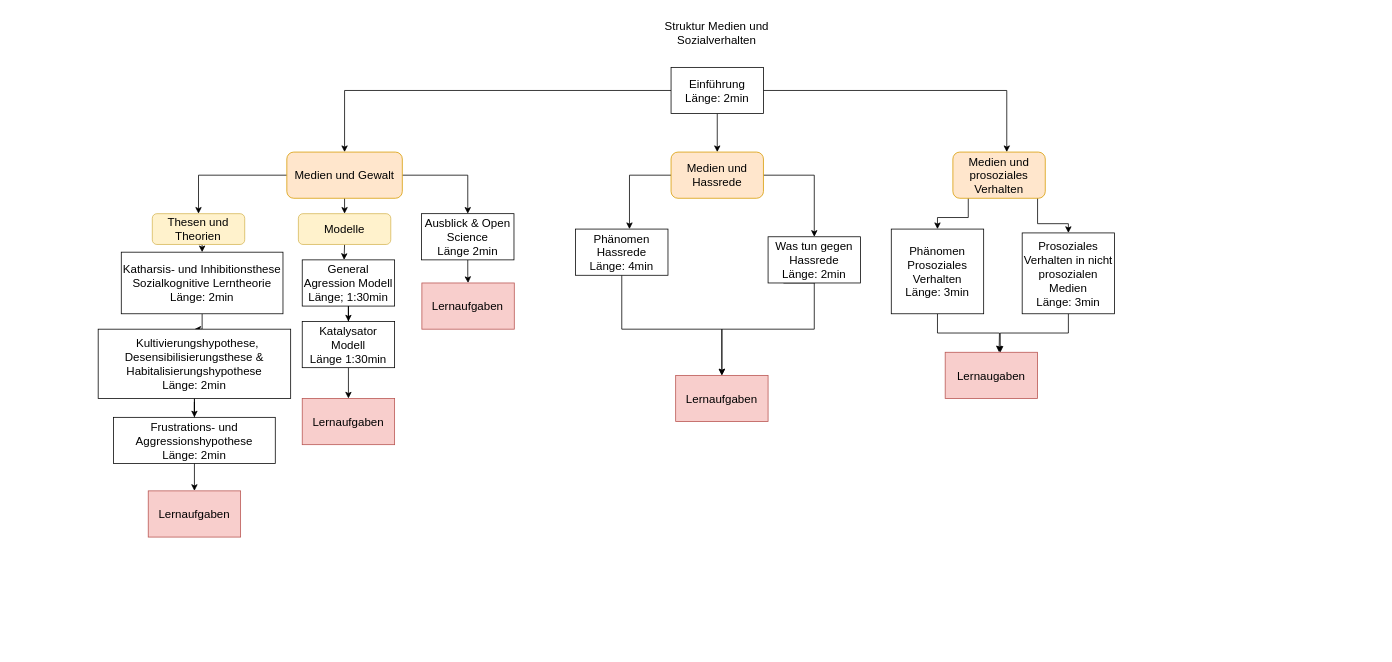
Earlier version of the draw.io diagram Unbenanntes Diagramm.drawio (huehneja/EIA1_WiSe2021). Source tidied: cells renumbered, new cells numbered last; positions are measured from the earlier drawing's top-left corner, leaving out a move shared by most shapes. Both pictures are drawn from the tidied source at 77%, with x=0, y=0 at pixel (98, 13).
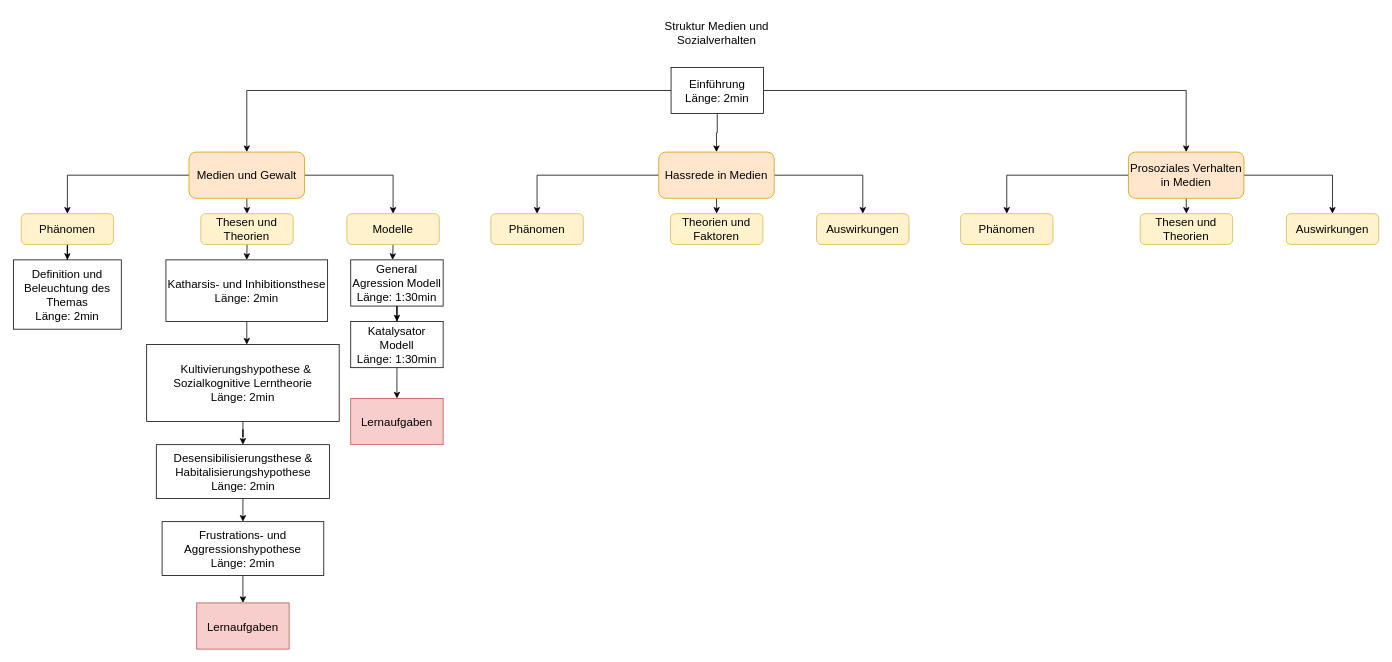
The same page after the edit.

Unchanged cells that the change refers to:
```xml
<mxCell id="6" value="Einführung&lt;br&gt;Länge: 2min" style="rounded=0;whiteSpace=wrap;html=1;fontSize=15;" parent="1" vertex="1">
  <mxGeometry x="744" y="70" width="120" height="60" as="geometry" />
</mxCell>
```

The edit, as a diff of the source:
```diff
@@
-    <mxCell id="3" style="edgeStyle=orthogonalEdgeStyle;rounded=0;jettySize=auto;html=1;exitX=0.5;exitY=1;exitDx=0;exitDy=0;fontSize=15;" parent="1" edge="1" source="6" target="9">
+    <mxCell id="3" style="edgeStyle=orthogonalEdgeStyle;rounded=0;jettySize=auto;html=1;exitX=0.5;exitY=1;exitDx=0;exitDy=0;fontSize=15;entryX=0.5;entryY=0;entryDx=0;entryDy=0;" parent="1" edge="1" source="6" target="58">
       <mxGeometry relative="1" as="geometry" />
     </mxCell>
@@
-    <mxCell id="5" style="edgeStyle=orthogonalEdgeStyle;rounded=0;jettySize=auto;html=1;fontSize=15;" parent="1" edge="1" source="6" target="12">
-      <mxGeometry relative="1" as="geometry">
-        <Array as="points">
-          <mxPoint x="1180" y="100" />
-        </Array>
-      </mxGeometry>
-    </mxCell>
+    <mxCell id="46" style="edgeStyle=orthogonalEdgeStyle;rounded=0;jettySize=auto;html=1;exitX=1;exitY=0.5;exitDx=0;exitDy=0;entryX=0.5;entryY=0;entryDx=0;entryDy=0;" parent="1" edge="1" source="6" target="65">
+      <mxGeometry relative="1" as="geometry" />
+    </mxCell>
@@
-    <mxCell id="7" style="edgeStyle=orthogonalEdgeStyle;rounded=0;jettySize=auto;html=1;fontSize=15;" parent="1" edge="1" source="9" target="34">
-      <mxGeometry relative="1" as="geometry">
-        <Array as="points">
-          <mxPoint x="690" y="210" />
-        </Array>
-      </mxGeometry>
-    </mxCell>
-    <mxCell id="8" style="edgeStyle=orthogonalEdgeStyle;rounded=0;jettySize=auto;html=1;exitX=1;exitY=0.5;exitDx=0;exitDy=0;entryX=0.5;entryY=0;entryDx=0;entryDy=0;fontSize=15;" parent="1" edge="1" source="9" target="44">
-      <mxGeometry relative="1" as="geometry" />
-    </mxCell>
-    <mxCell id="9" value="Medien und Hassrede" style="rounded=1;whiteSpace=wrap;html=1;fontSize=15;fillColor=#ffe6cc;strokeColor=#d79b00;" parent="1" vertex="1">
-      <mxGeometry x="744" y="180" width="120" height="60" as="geometry" />
-    </mxCell>
-    <mxCell id="10" style="edgeStyle=orthogonalEdgeStyle;rounded=0;jettySize=auto;html=1;fontSize=15;" parent="1" edge="1" source="12" target="41">
-      <mxGeometry relative="1" as="geometry">
-        <Array as="points">
-          <mxPoint x="1130" y="265" />
-          <mxPoint x="1090" y="265" />
-        </Array>
-      </mxGeometry>
-    </mxCell>
-    <mxCell id="11" style="edgeStyle=orthogonalEdgeStyle;rounded=0;jettySize=auto;html=1;fontSize=15;" parent="1" edge="1" source="12" target="43">
-      <mxGeometry relative="1" as="geometry">
-        <Array as="points">
-          <mxPoint x="1220" y="273" />
-          <mxPoint x="1260" y="273" />
-        </Array>
-      </mxGeometry>
-    </mxCell>
-    <mxCell id="12" value="Medien und prosoziales Verhalten" style="rounded=1;whiteSpace=wrap;html=1;fontSize=15;fillColor=#ffe6cc;strokeColor=#d79b00;" parent="1" vertex="1">
-      <mxGeometry x="1110" y="180" width="120" height="60" as="geometry" />
-    </mxCell>
-    <mxCell id="13" style="edgeStyle=orthogonalEdgeStyle;rounded=0;jettySize=auto;html=1;exitX=1;exitY=0.5;exitDx=0;exitDy=0;entryX=0.5;entryY=0;entryDx=0;entryDy=0;fontSize=15;" parent="1" edge="1" source="16" target="28">
-      <mxGeometry relative="1" as="geometry" />
-    </mxCell>
+    <mxCell id="47" style="edgeStyle=orthogonalEdgeStyle;rounded=0;jettySize=auto;html=1;exitX=0;exitY=0.5;exitDx=0;exitDy=0;entryX=0.5;entryY=0;entryDx=0;entryDy=0;" parent="1" edge="1" source="16" target="51">
+      <mxGeometry relative="1" as="geometry" />
+    </mxCell>
-    <mxCell id="14" style="edgeStyle=orthogonalEdgeStyle;rounded=0;jettySize=auto;html=1;exitX=0;exitY=0.5;exitDx=0;exitDy=0;entryX=0.5;entryY=0;entryDx=0;entryDy=0;fontSize=15;" parent="1" edge="1" source="16" target="30">
+    <mxCell id="14" style="edgeStyle=orthogonalEdgeStyle;rounded=0;jettySize=auto;html=1;exitX=0.5;exitY=1;exitDx=0;exitDy=0;entryX=0.5;entryY=0;entryDx=0;entryDy=0;" parent="1" edge="1" source="16" target="30">
       <mxGeometry relative="1" as="geometry" />
     </mxCell>
-    <mxCell id="15" style="edgeStyle=orthogonalEdgeStyle;rounded=0;jettySize=auto;html=1;exitX=0.5;exitY=1;exitDx=0;exitDy=0;entryX=0.5;entryY=0;entryDx=0;entryDy=0;fontSize=15;" parent="1" edge="1" source="16" target="32">
+    <mxCell id="15" style="edgeStyle=orthogonalEdgeStyle;rounded=0;jettySize=auto;html=1;exitX=1;exitY=0.5;exitDx=0;exitDy=0;entryX=0.5;entryY=0;entryDx=0;entryDy=0;" parent="1" edge="1" source="16" target="32">
       <mxGeometry relative="1" as="geometry" />
     </mxCell>
     <mxCell id="16" value="Medien und Gewalt" style="rounded=1;whiteSpace=wrap;html=1;fontSize=15;fillColor=#ffe6cc;strokeColor=#d79b00;" parent="1" vertex="1">
-      <mxGeometry x="245" y="180" width="150" height="60" as="geometry" />
+      <mxGeometry x="118" y="180" width="150" height="60" as="geometry" />
     </mxCell>
     <mxCell id="17" style="edgeStyle=orthogonalEdgeStyle;rounded=0;jettySize=auto;html=1;fontSize=15;" parent="1" edge="1" source="18" target="21">
-      <mxGeometry relative="1" as="geometry" />
+      <mxGeometry relative="1" as="geometry">
+        <Array as="points">
+          <mxPoint x="188" y="400" />
+          <mxPoint x="188" y="400" />
+        </Array>
+      </mxGeometry>
     </mxCell>
-    <mxCell id="18" value="Katharsis- und Inhibitionsthese&lt;br&gt;Sozialkognitive Lerntheorie&lt;br&gt;Länge: 2min" style="rounded=0;whiteSpace=wrap;html=1;fontSize=15;" parent="1" vertex="1">
-      <mxGeometry x="30" y="310" width="210" height="80" as="geometry" />
+    <mxCell id="18" value="Katharsis- und Inhibitionsthese&lt;br&gt;Länge: 2min" style="rounded=0;whiteSpace=wrap;html=1;fontSize=15;" parent="1" vertex="1">
+      <mxGeometry x="88" y="320" width="210" height="80" as="geometry" />
     </mxCell>
-    <mxCell id="19" style="edgeStyle=orthogonalEdgeStyle;rounded=0;jettySize=auto;html=1;fontSize=15;" parent="1" edge="1" source="21" target="22">
-      <mxGeometry relative="1" as="geometry" />
-    </mxCell>
-    <mxCell id="20" style="edgeStyle=orthogonalEdgeStyle;rounded=0;jettySize=auto;html=1;fontSize=15;" parent="1" edge="1" source="21" target="36">
-      <mxGeometry relative="1" as="geometry" />
-    </mxCell>
+    <mxCell id="48" style="edgeStyle=orthogonalEdgeStyle;rounded=0;jettySize=auto;html=1;exitX=0.5;exitY=1;exitDx=0;exitDy=0;" parent="1" edge="1" source="21" target="54">
+      <mxGeometry relative="1" as="geometry" />
+    </mxCell>
-    <mxCell id="21" value="&amp;nbsp; Kultivierungshypothese, Desensibilisierungsthese &amp;amp; Habitalisierungshypothese&lt;br&gt;Länge: 2min" style="rounded=0;whiteSpace=wrap;html=1;fontSize=15;" parent="1" vertex="1">
-      <mxGeometry y="410" width="250" height="90" as="geometry" />
+    <mxCell id="21" value="&amp;nbsp; Kultivierungshypothese &amp;amp; Sozialkognitive Lerntheorie&lt;br&gt;Länge: 2min" style="rounded=0;whiteSpace=wrap;html=1;fontSize=15;" parent="1" vertex="1">
+      <mxGeometry x="63" y="430" width="250" height="100" as="geometry" />
     </mxCell>
+    <mxCell id="49" style="edgeStyle=orthogonalEdgeStyle;rounded=0;jettySize=auto;html=1;exitX=0.5;exitY=1;exitDx=0;exitDy=0;entryX=0.5;entryY=0;entryDx=0;entryDy=0;" parent="1" edge="1" source="22" target="36">
+      <mxGeometry relative="1" as="geometry" />
+    </mxCell>
     <mxCell id="22" value="Frustrations- und Aggressionshypothese&lt;br&gt;Länge: 2min" style="rounded=0;whiteSpace=wrap;html=1;fontSize=15;" parent="1" vertex="1">
-      <mxGeometry x="20" y="524.5" width="210" height="60" as="geometry" />
+      <mxGeometry x="83" y="660" width="210" height="70" as="geometry" />
     </mxCell>
@@
-    <mxCell id="24" value="General Agression Modell&lt;br&gt;Länge; 1:30min" style="rounded=0;whiteSpace=wrap;html=1;fontSize=15;" parent="1" vertex="1">
-      <mxGeometry x="265" y="320" width="120" height="60" as="geometry" />
+    <mxCell id="24" value="General Agression Modell&lt;br&gt;Länge: 1:30min" style="rounded=0;whiteSpace=wrap;html=1;fontSize=15;" parent="1" vertex="1">
+      <mxGeometry x="328" y="320" width="120" height="60" as="geometry" />
     </mxCell>
@@
-    <mxCell id="26" value="Katalysator Modell&lt;br&gt;Länge 1:30min" style="rounded=0;whiteSpace=wrap;html=1;fontSize=15;" parent="1" vertex="1">
-      <mxGeometry x="265" y="400" width="120" height="60" as="geometry" />
+    <mxCell id="26" value="Katalysator Modell&lt;br&gt;Länge: 1:30min" style="rounded=0;whiteSpace=wrap;html=1;fontSize=15;" parent="1" vertex="1">
+      <mxGeometry x="328" y="400" width="120" height="60" as="geometry" />
     </mxCell>
-    <mxCell id="27" style="edgeStyle=orthogonalEdgeStyle;rounded=0;jettySize=auto;html=1;exitX=0.5;exitY=1;exitDx=0;exitDy=0;fontSize=15;" parent="1" edge="1" source="28" target="38">
-      <mxGeometry relative="1" as="geometry" />
-    </mxCell>
-    <mxCell id="28" value="Ausblick &amp;amp; Open Science&lt;br&gt;Länge 2min" style="rounded=0;whiteSpace=wrap;html=1;fontSize=15;" parent="1" vertex="1">
-      <mxGeometry x="420" y="260" width="120" height="60" as="geometry" />
-    </mxCell>
@@
     <mxCell id="30" value="Thesen und Theorien" style="rounded=1;whiteSpace=wrap;html=1;fontSize=15;fillColor=#fff2cc;strokeColor=#d6b656;" parent="1" vertex="1">
-      <mxGeometry x="70.3" y="260" width="120" height="40" as="geometry" />
+      <mxGeometry x="133.3" y="260" width="120" height="40" as="geometry" />
     </mxCell>
@@
     <mxCell id="32" value="Modelle" style="rounded=1;whiteSpace=wrap;html=1;fontSize=15;fillColor=#fff2cc;strokeColor=#d6b656;" parent="1" vertex="1">
-      <mxGeometry x="260" y="260" width="120" height="40" as="geometry" />
+      <mxGeometry x="323" y="260" width="120" height="40" as="geometry" />
     </mxCell>
-    <mxCell id="33" style="edgeStyle=orthogonalEdgeStyle;rounded=0;jettySize=auto;html=1;exitX=0.5;exitY=1;exitDx=0;exitDy=0;fontSize=15;" parent="1" edge="1" source="34">
-      <mxGeometry relative="1" as="geometry">
-        <mxPoint x="810" y="470" as="targetPoint" />
-        <Array as="points">
-          <mxPoint x="680" y="410" />
-          <mxPoint x="810" y="410" />
-        </Array>
-      </mxGeometry>
-    </mxCell>
-    <mxCell id="34" value="Phänomen Hassrede&lt;br&gt;Länge: 4min" style="rounded=0;whiteSpace=wrap;html=1;fontSize=15;" parent="1" vertex="1">
-      <mxGeometry x="620" y="280" width="120" height="60" as="geometry" />
-    </mxCell>
-    <mxCell id="35" style="edgeStyle=orthogonalEdgeStyle;rounded=0;jettySize=auto;html=1;exitX=0.5;exitY=1;exitDx=0;exitDy=0;fontSize=15;entryX=0.5;entryY=0;entryDx=0;entryDy=0;" parent="1" edge="1" target="39">
-      <mxGeometry relative="1" as="geometry">
-        <mxPoint x="890" y="350" as="sourcePoint" />
-        <Array as="points">
-          <mxPoint x="930" y="350" />
-          <mxPoint x="930" y="410" />
-          <mxPoint x="810" y="410" />
-        </Array>
-      </mxGeometry>
-    </mxCell>
     <mxCell id="36" value="Lernaufgaben" style="rounded=0;whiteSpace=wrap;html=1;fontSize=15;fillColor=#f8cecc;strokeColor=#b85450;" parent="1" vertex="1">
-      <mxGeometry x="65" y="620" width="120" height="60" as="geometry" />
+      <mxGeometry x="128" y="765.5" width="120" height="60" as="geometry" />
     </mxCell>
     <mxCell id="37" value="Lernaufgaben" style="rounded=0;whiteSpace=wrap;html=1;fontSize=15;fillColor=#f8cecc;strokeColor=#b85450;" parent="1" vertex="1">
-      <mxGeometry x="265" y="500" width="120" height="60" as="geometry" />
+      <mxGeometry x="328" y="500" width="120" height="60" as="geometry" />
     </mxCell>
-    <mxCell id="38" value="Lernaufgaben" style="rounded=0;whiteSpace=wrap;html=1;fontSize=15;fillColor=#f8cecc;strokeColor=#b85450;" parent="1" vertex="1">
-      <mxGeometry x="420.4" y="350" width="120" height="60" as="geometry" />
-    </mxCell>
-    <mxCell id="39" value="Lernaufgaben" style="rounded=0;whiteSpace=wrap;html=1;fontSize=15;fillColor=#f8cecc;strokeColor=#b85450;" parent="1" vertex="1">
-      <mxGeometry x="750" y="470" width="120" height="60" as="geometry" />
-    </mxCell>
-    <mxCell id="40" style="edgeStyle=orthogonalEdgeStyle;rounded=0;jettySize=auto;html=1;exitX=0.5;exitY=1;exitDx=0;exitDy=0;fontSize=15;" parent="1" edge="1" source="41">
-      <mxGeometry relative="1" as="geometry">
-        <mxPoint x="1170" y="440" as="targetPoint" />
-      </mxGeometry>
-    </mxCell>
-    <mxCell id="41" value="Phänomen Prosoziales Verhalten&lt;br&gt;Länge: 3min" style="rounded=0;whiteSpace=wrap;html=1;fontSize=15;" parent="1" vertex="1">
-      <mxGeometry x="1030" y="280" width="120" height="110" as="geometry" />
-    </mxCell>
-    <mxCell id="42" style="edgeStyle=orthogonalEdgeStyle;rounded=0;jettySize=auto;html=1;entryX=0.596;entryY=0.007;entryDx=0;entryDy=0;entryPerimeter=0;fontSize=15;" parent="1" edge="1" source="43" target="45">
-      <mxGeometry relative="1" as="geometry" />
-    </mxCell>
-    <mxCell id="43" value="Prosoziales Verhalten in nicht prosozialen Medien&lt;br&gt;Länge: 3min" style="rounded=0;whiteSpace=wrap;html=1;fontSize=15;" parent="1" vertex="1">
-      <mxGeometry x="1200" y="285" width="120" height="105" as="geometry" />
-    </mxCell>
-    <mxCell id="44" value="Was tun gegen Hassrede&lt;br&gt;Länge: 2min" style="rounded=0;whiteSpace=wrap;html=1;fontSize=15;" parent="1" vertex="1">
-      <mxGeometry x="870" y="290" width="120" height="60" as="geometry" />
-    </mxCell>
-    <mxCell id="45" value="Lernaugaben" style="rounded=0;whiteSpace=wrap;html=1;fontSize=15;fillColor=#f8cecc;strokeColor=#b85450;" parent="1" vertex="1">
-      <mxGeometry x="1100" y="440" width="120" height="60" as="geometry" />
-    </mxCell>
+    <mxCell id="50" style="edgeStyle=orthogonalEdgeStyle;rounded=0;jettySize=auto;html=1;" parent="1" edge="1" source="51" target="52">
+      <mxGeometry relative="1" as="geometry" />
+    </mxCell>
+    <mxCell id="51" value="Phänomen" style="rounded=1;whiteSpace=wrap;html=1;fontSize=15;fillColor=#fff2cc;strokeColor=#d6b656;" parent="1" vertex="1">
+      <mxGeometry x="-100" y="260" width="120" height="40" as="geometry" />
+    </mxCell>
+    <mxCell id="52" value="&lt;span style=&quot;font-size: 15px;&quot;&gt;Definition und Beleuchtung des Themas&lt;br&gt;Länge: 2min&lt;br&gt;&lt;/span&gt;" style="rounded=0;whiteSpace=wrap;html=1;" parent="1" vertex="1">
+      <mxGeometry x="-110" y="320" width="140" height="90" as="geometry" />
+    </mxCell>
+    <mxCell id="53" style="edgeStyle=orthogonalEdgeStyle;rounded=0;jettySize=auto;html=1;exitX=0.5;exitY=1;exitDx=0;exitDy=0;entryX=0.5;entryY=0;entryDx=0;entryDy=0;" parent="1" edge="1" source="54" target="22">
+      <mxGeometry relative="1" as="geometry" />
+    </mxCell>
+    <mxCell id="54" value="&lt;font style=&quot;font-size: 15px;&quot;&gt;Desensibilisierungsthese &amp;amp; Habitalisierungshypothese&lt;br&gt;Länge: 2min&lt;br&gt;&lt;/font&gt;" style="rounded=0;whiteSpace=wrap;html=1;" parent="1" vertex="1">
+      <mxGeometry x="75.5" y="560" width="225" height="70" as="geometry" />
+    </mxCell>
+    <mxCell id="55" style="edgeStyle=orthogonalEdgeStyle;rounded=0;jettySize=auto;html=1;exitX=0;exitY=0.5;exitDx=0;exitDy=0;entryX=0.5;entryY=0;entryDx=0;entryDy=0;" parent="1" edge="1" source="58" target="61">
+      <mxGeometry relative="1" as="geometry" />
+    </mxCell>
+    <mxCell id="56" style="edgeStyle=orthogonalEdgeStyle;rounded=0;jettySize=auto;html=1;exitX=0.5;exitY=1;exitDx=0;exitDy=0;entryX=0.5;entryY=0;entryDx=0;entryDy=0;" parent="1" edge="1" source="58" target="59">
+      <mxGeometry relative="1" as="geometry" />
+    </mxCell>
+    <mxCell id="57" style="edgeStyle=orthogonalEdgeStyle;rounded=0;jettySize=auto;html=1;exitX=1;exitY=0.5;exitDx=0;exitDy=0;entryX=0.5;entryY=0;entryDx=0;entryDy=0;" parent="1" edge="1" source="58" target="60">
+      <mxGeometry relative="1" as="geometry" />
+    </mxCell>
+    <mxCell id="58" value="Hassrede in Medien" style="rounded=1;whiteSpace=wrap;html=1;fontSize=15;fillColor=#ffe6cc;strokeColor=#d79b00;" parent="1" vertex="1">
+      <mxGeometry x="728" y="180" width="150" height="60" as="geometry" />
+    </mxCell>
+    <mxCell id="59" value="Theorien und Faktoren" style="rounded=1;whiteSpace=wrap;html=1;fontSize=15;fillColor=#fff2cc;strokeColor=#d6b656;" parent="1" vertex="1">
+      <mxGeometry x="743.3" y="260" width="120" height="40" as="geometry" />
+    </mxCell>
+    <mxCell id="60" value="Auswirkungen" style="rounded=1;whiteSpace=wrap;html=1;fontSize=15;fillColor=#fff2cc;strokeColor=#d6b656;" parent="1" vertex="1">
+      <mxGeometry x="933" y="260" width="120" height="40" as="geometry" />
+    </mxCell>
+    <mxCell id="61" value="Phänomen" style="rounded=1;whiteSpace=wrap;html=1;fontSize=15;fillColor=#fff2cc;strokeColor=#d6b656;" parent="1" vertex="1">
+      <mxGeometry x="510" y="260" width="120" height="40" as="geometry" />
+    </mxCell>
+    <mxCell id="62" style="edgeStyle=orthogonalEdgeStyle;rounded=0;jettySize=auto;html=1;exitX=0;exitY=0.5;exitDx=0;exitDy=0;entryX=0.5;entryY=0;entryDx=0;entryDy=0;" parent="1" edge="1" source="65" target="68">
+      <mxGeometry relative="1" as="geometry" />
+    </mxCell>
+    <mxCell id="63" style="edgeStyle=orthogonalEdgeStyle;rounded=0;jettySize=auto;html=1;exitX=0.5;exitY=1;exitDx=0;exitDy=0;entryX=0.5;entryY=0;entryDx=0;entryDy=0;" parent="1" edge="1" source="65" target="66">
+      <mxGeometry relative="1" as="geometry" />
+    </mxCell>
+    <mxCell id="64" style="edgeStyle=orthogonalEdgeStyle;rounded=0;jettySize=auto;html=1;exitX=1;exitY=0.5;exitDx=0;exitDy=0;entryX=0.5;entryY=0;entryDx=0;entryDy=0;" parent="1" edge="1" source="65" target="67">
+      <mxGeometry relative="1" as="geometry" />
+    </mxCell>
+    <mxCell id="65" value="Prosoziales Verhalten in Medien" style="rounded=1;whiteSpace=wrap;html=1;fontSize=15;fillColor=#ffe6cc;strokeColor=#d79b00;" parent="1" vertex="1">
+      <mxGeometry x="1338" y="180" width="150" height="60" as="geometry" />
+    </mxCell>
+    <mxCell id="66" value="Thesen und Theorien" style="rounded=1;whiteSpace=wrap;html=1;fontSize=15;fillColor=#fff2cc;strokeColor=#d6b656;" parent="1" vertex="1">
+      <mxGeometry x="1353.3" y="260" width="120" height="40" as="geometry" />
+    </mxCell>
+    <mxCell id="67" value="Auswirkungen" style="rounded=1;whiteSpace=wrap;html=1;fontSize=15;fillColor=#fff2cc;strokeColor=#d6b656;" parent="1" vertex="1">
+      <mxGeometry x="1543" y="260" width="120" height="40" as="geometry" />
+    </mxCell>
+    <mxCell id="68" value="Phänomen" style="rounded=1;whiteSpace=wrap;html=1;fontSize=15;fillColor=#fff2cc;strokeColor=#d6b656;" parent="1" vertex="1">
+      <mxGeometry x="1120" y="260" width="120" height="40" as="geometry" />
+    </mxCell>
```
